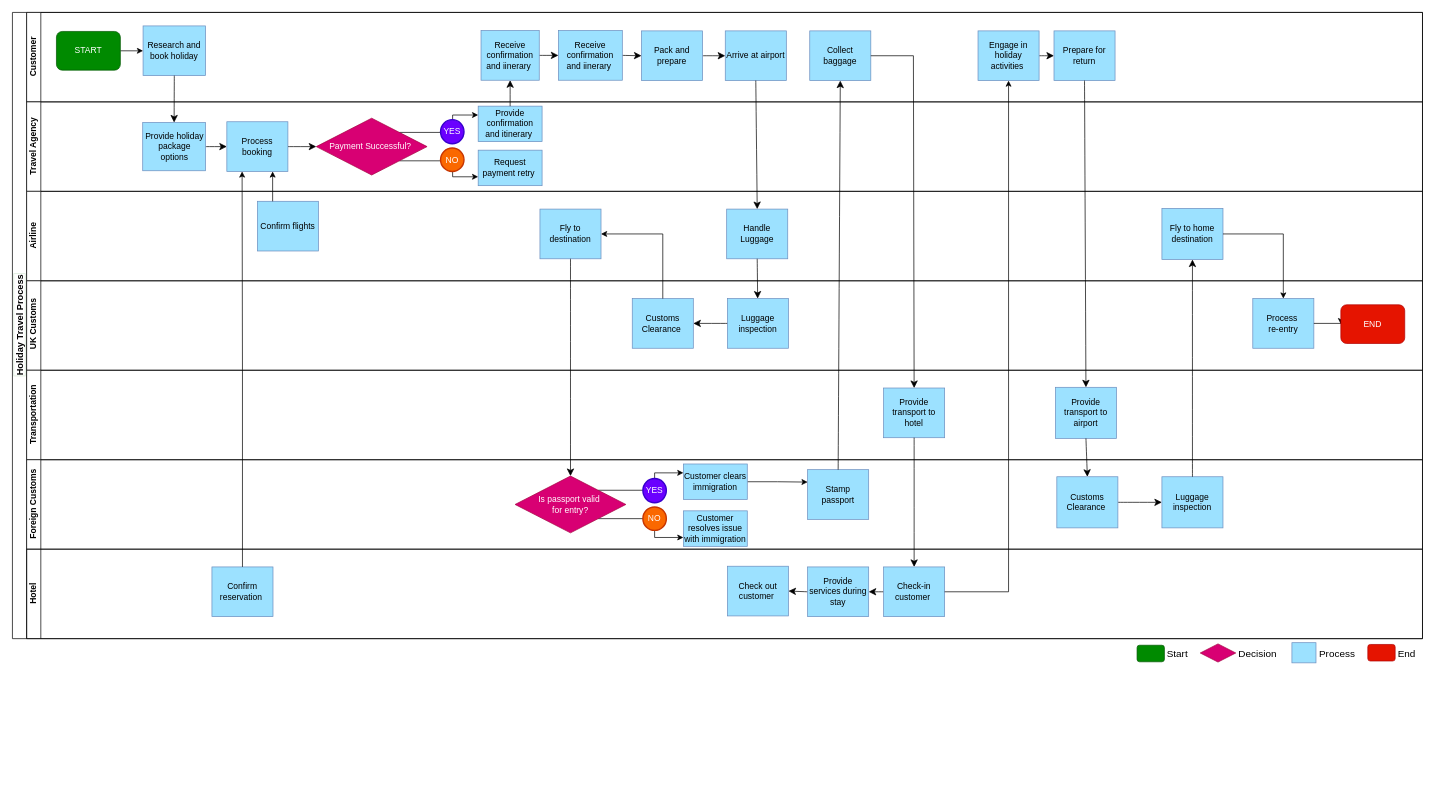
Earlier version of the draw.io diagram Untitled Diagram.drawio (kyrafld/kyrafld). Source tidied: cells renumbered, new cells numbered last; positions are measured from the earlier drawing's top-left corner, leaving out a move shared by most shapes. Both pictures are drawn from the tidied source at 71%, with x=0, y=0 at pixel (12, 12).
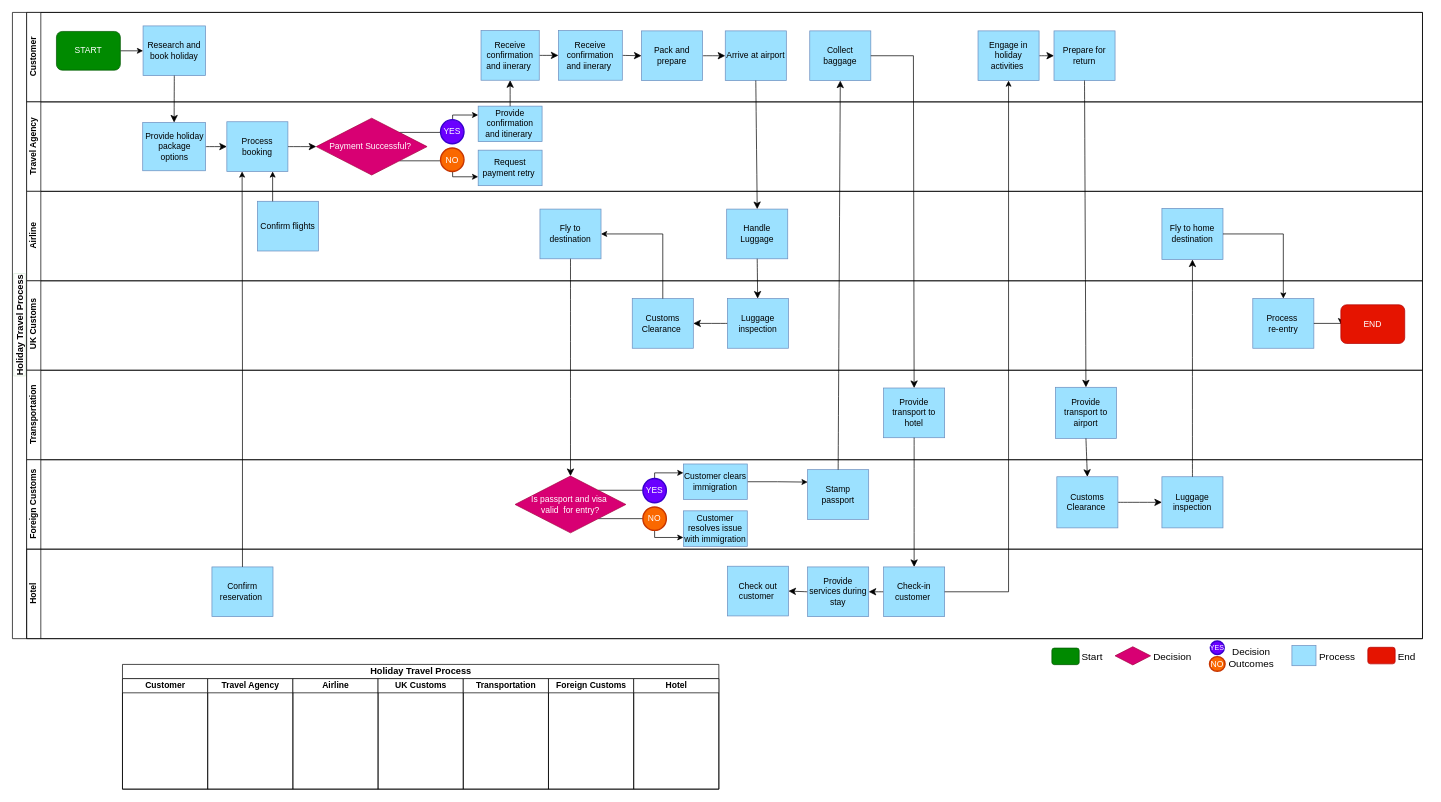
The same diagram, later.

Unchanged cells that the change refers to:
```xml
<mxCell id="54" value="Foreign Customs" style="swimlane;startSize=20;horizontal=0;html=1;" parent="2" vertex="1">
  <mxGeometry x="20" y="630" width="1966" height="126" as="geometry" />
</mxCell>
```

Diff of the diagram source:
```diff
@@
-    <mxCell id="57" value="Is passport valid&amp;nbsp;&lt;div&gt;for entry?&lt;/div&gt;" style="rhombus;whiteSpace=wrap;html=1;fillColor=#d80073;fontColor=#ffffff;strokeColor=#A50040;" parent="54" vertex="1">
+    <mxCell id="57" value="Is passport and visa&amp;nbsp;&lt;div&gt;valid&amp;nbsp;&amp;nbsp;&lt;span style=&quot;background-color: initial;&quot;&gt;for entry?&lt;/span&gt;&lt;/div&gt;" style="rhombus;whiteSpace=wrap;html=1;fillColor=#d80073;fontColor=#ffffff;strokeColor=#A50040;" parent="54" vertex="1">
       <mxGeometry x="688" y="23" width="156" height="80" as="geometry" />
     </mxCell>
@@
     <mxCell id="84" style="rhombus;whiteSpace=wrap;html=1;fillColor=#d80073;fontColor=#ffffff;strokeColor=#A50040;" parent="1" vertex="1">
-      <mxGeometry x="1673" y="889.4" width="50" height="25.6" as="geometry" />
+      <mxGeometry x="1553" y="893.4" width="50" height="25.6" as="geometry" />
     </mxCell>
     <mxCell id="85" style="rounded=1;whiteSpace=wrap;html=1;fillColor=#008a00;fontColor=#ffffff;strokeColor=#005700;" parent="1" vertex="1">
-      <mxGeometry x="1584" y="891.3" width="38.5" height="23.3" as="geometry" />
+      <mxGeometry x="1464" y="895.3" width="38.5" height="23.3" as="geometry" />
     </mxCell>
     <mxCell id="86" style="rounded=0;whiteSpace=wrap;html=1;labelBackgroundColor=none;fillColor=#9CE1FF;strokeColor=#6c8ebf;gradientColor=none;" parent="1" vertex="1">
-      <mxGeometry x="1802.1" y="887.7" width="33.9" height="28.4" as="geometry" />
+      <mxGeometry x="1802.1" y="891.7" width="33.9" height="28.4" as="geometry" />
     </mxCell>
     <mxCell id="87" style="rounded=1;whiteSpace=wrap;html=1;fillColor=#e51400;fontColor=#ffffff;strokeColor=#B20000;" parent="1" vertex="1">
-      <mxGeometry x="1909" y="890.2" width="38.5" height="23.3" as="geometry" />
+      <mxGeometry x="1909" y="894.2" width="38.5" height="23.3" as="geometry" />
     </mxCell>
     <mxCell id="88" value="&lt;font style=&quot;font-size: 14px;&quot;&gt;Start&lt;/font&gt;" style="text;html=1;align=center;verticalAlign=middle;whiteSpace=wrap;rounded=0;fontFamily=Helvetica;fontSize=14;fontColor=default;" parent="1" vertex="1">
-      <mxGeometry x="1611" y="888.3" width="60" height="30" as="geometry" />
+      <mxGeometry x="1491" y="892.3" width="60" height="30" as="geometry" />
     </mxCell>
     <mxCell id="89" value="&lt;font style=&quot;font-size: 14px;&quot;&gt;Decision&lt;/font&gt;" style="text;html=1;align=center;verticalAlign=middle;whiteSpace=wrap;rounded=0;fontSize=14;" parent="1" vertex="1">
-      <mxGeometry x="1724" y="888.3" width="60" height="30" as="geometry" />
+      <mxGeometry x="1604" y="892.3" width="60" height="30" as="geometry" />
     </mxCell>
     <mxCell id="90" value="&lt;font style=&quot;font-size: 14px;&quot;&gt;Process&lt;/font&gt;" style="text;html=1;align=center;verticalAlign=middle;whiteSpace=wrap;rounded=0;fontSize=14;" parent="1" vertex="1">
-      <mxGeometry x="1836" y="888.3" width="60" height="30" as="geometry" />
+      <mxGeometry x="1836" y="892.3" width="60" height="30" as="geometry" />
     </mxCell>
     <mxCell id="91" value="&lt;span style=&quot;font-size: 14px;&quot;&gt;End&lt;/span&gt;" style="text;html=1;align=center;verticalAlign=middle;whiteSpace=wrap;rounded=0;fontSize=14;" parent="1" vertex="1">
-      <mxGeometry x="1934" y="888.3" width="60" height="30" as="geometry" />
+      <mxGeometry x="1934" y="892.3" width="60" height="30" as="geometry" />
     </mxCell>
+    <mxCell id="92" value="&lt;span style=&quot;font-size: 13px;&quot;&gt;Holiday Travel Process&lt;/span&gt;" style="swimlane;startSize=20;html=1;" parent="1" vertex="1">
+      <mxGeometry x="155" y="918.3" width="840" height="175.7" as="geometry" />
+    </mxCell>
+    <mxCell id="93" value="Customer" style="swimlane;startSize=20;html=1;" parent="92" vertex="1">
+      <mxGeometry y="20" width="120" height="155.7" as="geometry" />
+    </mxCell>
+    <mxCell id="94" value="Travel Agency" style="swimlane;startSize=20;html=1;" parent="92" vertex="1">
+      <mxGeometry x="120" y="20" width="120" height="155.7" as="geometry" />
+    </mxCell>
+    <mxCell id="95" value="Airline" style="swimlane;startSize=20;html=1;" parent="92" vertex="1">
+      <mxGeometry x="240" y="20" width="120" height="155.7" as="geometry" />
+    </mxCell>
+    <mxCell id="96" value="UK Customs" style="swimlane;startSize=20;html=1;" parent="92" vertex="1">
+      <mxGeometry x="360" y="20" width="120" height="155.7" as="geometry" />
+    </mxCell>
+    <mxCell id="97" value="Transportation" style="swimlane;startSize=20;html=1;" parent="92" vertex="1">
+      <mxGeometry x="480" y="20" width="120" height="155.7" as="geometry" />
+    </mxCell>
+    <mxCell id="98" value="Foreign Customs" style="swimlane;startSize=20;html=1;" parent="92" vertex="1">
+      <mxGeometry x="600" y="20" width="120" height="155.7" as="geometry" />
+    </mxCell>
+    <mxCell id="99" value="Hotel" style="swimlane;startSize=20;html=1;" parent="92" vertex="1">
+      <mxGeometry x="720" y="20" width="120" height="155.7" as="geometry" />
+    </mxCell>
+    <mxCell id="100" style="edgeStyle=orthogonalEdgeStyle;rounded=0;orthogonalLoop=1;jettySize=auto;html=1;exitX=0.5;exitY=1;exitDx=0;exitDy=0;" parent="1" edge="1" source="89" target="89">
+      <mxGeometry relative="1" as="geometry" />
+    </mxCell>
+    <mxCell id="101" style="group;fontSize=10;" parent="1" vertex="1">
+      <mxGeometry x="1686" y="883.2" width="22" height="40.8" as="geometry" />
+    </mxCell>
+    <mxCell id="102" value="&lt;font style=&quot;font-size: 10px;&quot;&gt;YES&lt;/font&gt;" style="strokeWidth=2;html=1;shape=mxgraph.flowchart.start_2;whiteSpace=wrap;fillColor=#6a00ff;fontColor=#ffffff;strokeColor=#3700CC;" parent="101" vertex="1">
+      <mxGeometry x="1.2" y="2" width="19.6" height="19.1" as="geometry" />
+    </mxCell>
+    <mxCell id="103" value="NO" style="strokeWidth=2;html=1;shape=mxgraph.flowchart.start_2;whiteSpace=wrap;fillColor=#fa6800;strokeColor=#C73500;fontColor=#FFFFFF;" parent="101" vertex="1">
+      <mxGeometry y="24.1" width="22" height="20.7" as="geometry" />
+    </mxCell>
+    <mxCell id="104" value="Decision Outcomes" style="text;html=1;align=center;verticalAlign=middle;whiteSpace=wrap;rounded=0;fontSize=14;" parent="1" vertex="1">
+      <mxGeometry x="1715" y="893.4" width="60" height="30" as="geometry" />
+    </mxCell>
```
